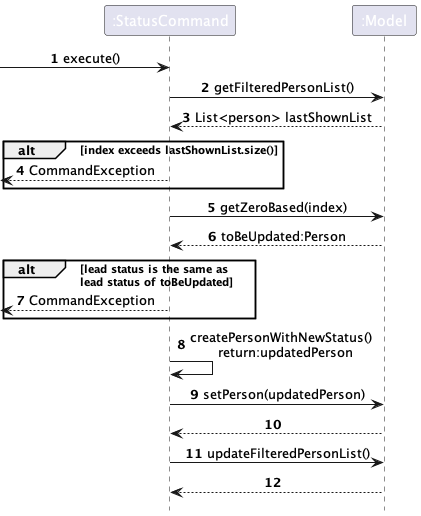
Before: docs/images/StatusSequenceDiagram.png, a diagram exported from PlantUML (nus-cs2103-AY2223S2/tp). The source it was exported from:
```plantuml
@startuml
!include style.puml

autonumber
participant ":StatusCommand" as StatusCommand
participant ":Model" as Model



-> StatusCommand: execute()

StatusCommand -> Model: getFilteredPersonList()
Model --> StatusCommand: List<person> lastShownList

alt index exceeds lastShownList.size()
    <--- StatusCommand: CommandException
end

StatusCommand -> Model: getZeroBased(index)
StatusCommand <-- Model: toBeUpdated:Person

alt lead status is the same as\nlead status of toBeUpdated
    <-- StatusCommand: CommandException
end

StatusCommand -> StatusCommand : createPersonWithNewStatus() \n return:updatedPerson

StatusCommand -> Model : setPerson(updatedPerson)
Model --> StatusCommand

StatusCommand -> Model : updateFilteredPersonList()
Model --> StatusCommand

box
@enduml
```
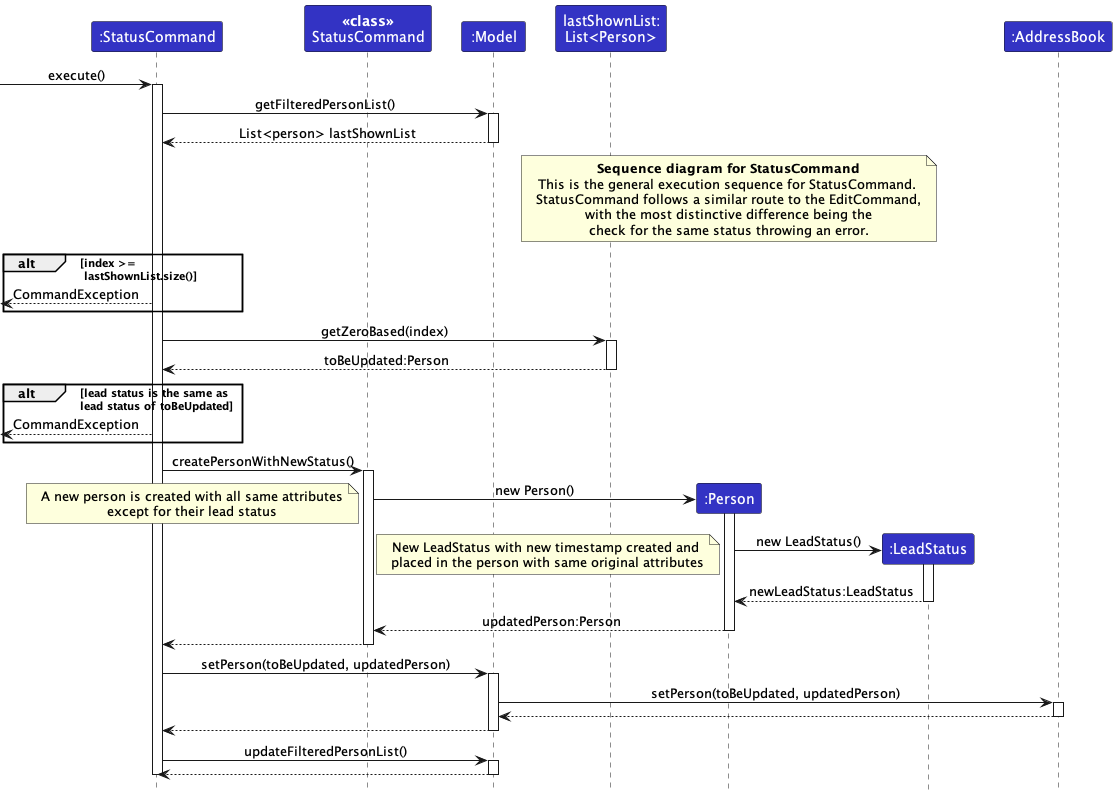
Later version of the same file.

The edit, as a diff of the source:
```diff
@@ -1,35 +1,71 @@
 @startuml
 !include style.puml
 
-autonumber
-participant ":StatusCommand" as StatusCommand
-participant ":Model" as Model
 
-
-
+participant ":StatusCommand" as StatusCommand LOGIC_COLOR
+participant "**<<class>>**\nStatusCommand" as StatusCommandClass LOGIC_COLOR
+participant ":Model" as Model LOGIC_COLOR
+participant "lastShownList:\nList<Person>" as List LOGIC_COLOR
+participant ":Person" as Person LOGIC_COLOR
+participant ":LeadStatus" as LeadStatus LOGIC_COLOR
+participant ":AddressBook" as AddressBook LOGIC_COLOR
 -> StatusCommand: execute()
+activate StatusCommand
 
 StatusCommand -> Model: getFilteredPersonList()
+activate Model
 Model --> StatusCommand: List<person> lastShownList
-
-alt index exceeds lastShownList.size()
+deactivate Model
+note over Person: **Sequence diagram for StatusCommand**\nThis is the general execution sequence for StatusCommand. \nStatusCommand follows a similar route to the EditCommand,\nwith the most distinctive difference being the\ncheck for the same status throwing an error.
+alt index >=\n lastShownList.size()
     <--- StatusCommand: CommandException
 end
 
-StatusCommand -> Model: getZeroBased(index)
-StatusCommand <-- Model: toBeUpdated:Person
+StatusCommand -> List: getZeroBased(index)
+activate List
+StatusCommand <-- List: toBeUpdated:Person
+deactivate List
 
 alt lead status is the same as\nlead status of toBeUpdated
     <-- StatusCommand: CommandException
 end
 
-StatusCommand -> StatusCommand : createPersonWithNewStatus() \n return:updatedPerson
 
-StatusCommand -> Model : setPerson(updatedPerson)
+StatusCommand -> StatusCommandClass : createPersonWithNewStatus()
+activate StatusCommandClass
+
+StatusCommandClass -> Person ** : new Person()
+note left: A new person is created with all same attributes\nexcept for their lead status
+activate Person
+Person -> LeadStatus ** : new LeadStatus()
+note left: New LeadStatus with new timestamp created and \nplaced in the person with same original attributes
+activate LeadStatus
+
+LeadStatus --> Person : newLeadStatus:LeadStatus
+deactivate LeadStatus
+
+Person --> StatusCommandClass : updatedPerson:Person
+deactivate Person
+StatusCommandClass --> StatusCommand
+deactivate StatusCommandClass
+
+
+
+StatusCommand -> Model : setPerson(toBeUpdated, updatedPerson)
+activate Model
+Model -> AddressBook : setPerson(toBeUpdated, updatedPerson)
+activate AddressBook
+AddressBook --> Model
+deactivate AddressBook
 Model --> StatusCommand
+deactivate Model
+
 
 StatusCommand -> Model : updateFilteredPersonList()
+activate Model
 Model --> StatusCommand
+deactivate Model
+deactivate StatusCommand
 
 box
 @enduml
```
